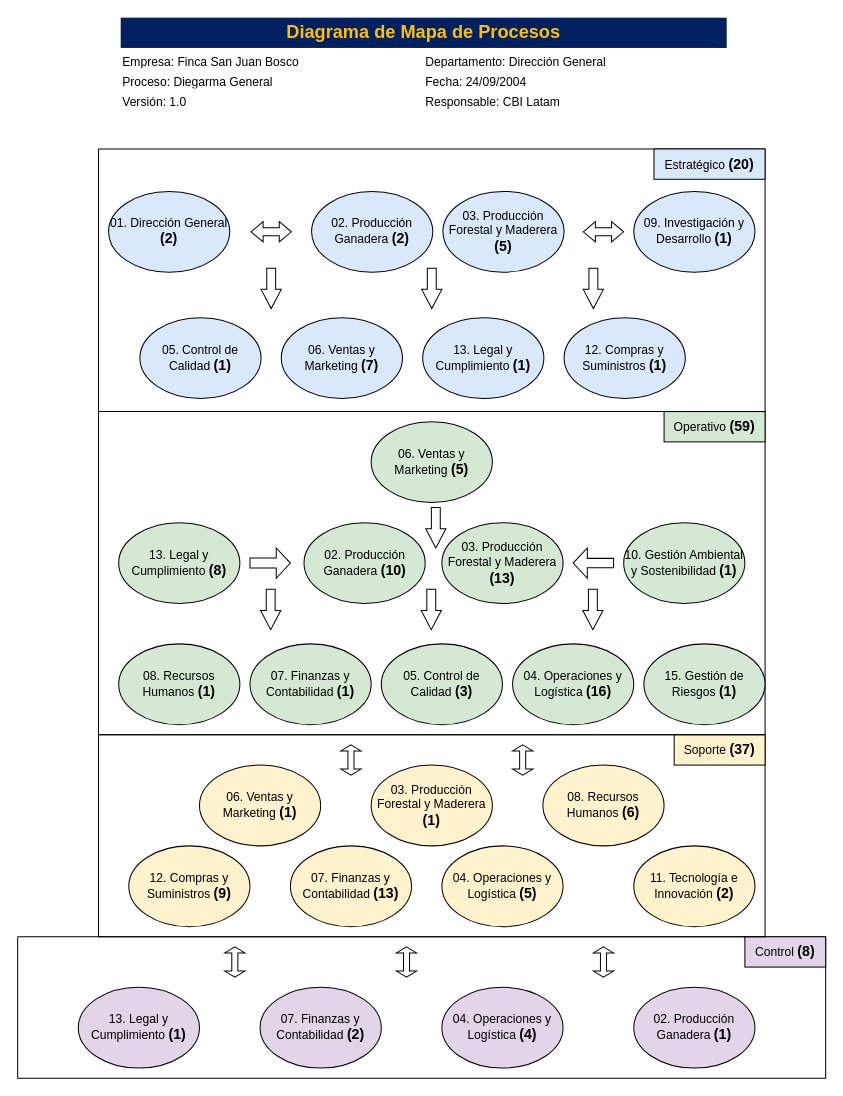
Earlier version of the draw.io diagram page "Diagrama General" (4 of 4) of Manifesto.drawio (prtigofn/Dev2.0). Source tidied: cells renumbered, new cells numbered last; positions are measured from the earlier drawing's top-left corner, leaving out a move shared by most shapes. Both pictures are drawn from the tidied source at 101%, with x=0, y=0 at pixel (17, 17).
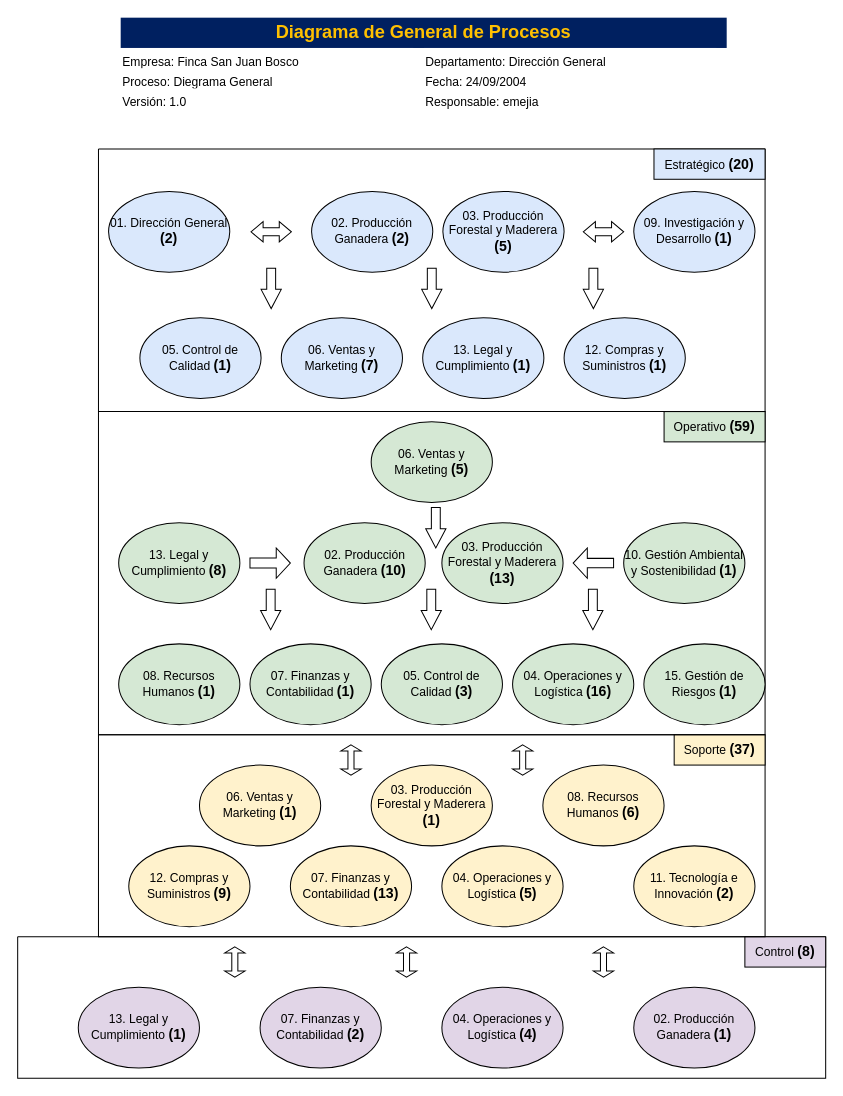
After the change.

Unchanged cells that the change refers to:
```xml
<mxCell id="55" style="group;" parent="1" vertex="1">
  <mxGeometry x="102" width="600" height="80" as="geometry" />
</mxCell>
<mxCell id="57" style="group;" parent="55" vertex="1">
  <mxGeometry y="30" width="600" height="50" as="geometry" />
</mxCell>
```

Diff of the diagram source:
```diff
@@
-    <mxCell id="56" value="Diagrama de Mapa de Procesos" style="text;align=center;verticalAlign=middle;whiteSpace=wrap;rounded=0;fillColor=#002060;fontSize=18;fontColor=#FFC000;fontStyle=1;" parent="55" vertex="1">
+    <mxCell id="56" value="Diagrama de General de Procesos" style="text;align=center;verticalAlign=middle;whiteSpace=wrap;rounded=0;fillColor=#002060;fontSize=18;fontColor=#FFC000;fontStyle=1;" parent="55" vertex="1">
       <mxGeometry width="600" height="30" as="geometry" />
     </mxCell>
@@
-    <mxCell id="60" value="Proceso: Diegarma General" style="text;align=left;whiteSpace=wrap;fillColor=#ffffff;fontSize=12;fontColor=#000000;" parent="57" vertex="1">
+    <mxCell id="60" value="Proceso: Diegrama General" style="text;align=left;whiteSpace=wrap;fillColor=#ffffff;fontSize=12;fontColor=#000000;" parent="57" vertex="1">
       <mxGeometry y="20" width="290" height="20" as="geometry" />
     </mxCell>
@@
-    <mxCell id="63" value="Responsable: CBI Latam" style="text;align=left;whiteSpace=wrap;fillColor=#ffffff;fontSize=12;fontColor=#000000;" parent="57" vertex="1">
+    <mxCell id="63" value="Responsable: emejia" style="text;align=left;whiteSpace=wrap;fillColor=#ffffff;fontSize=12;fontColor=#000000;" parent="57" vertex="1">
       <mxGeometry x="300" y="40" width="290" height="20" as="geometry" />
     </mxCell>
```
